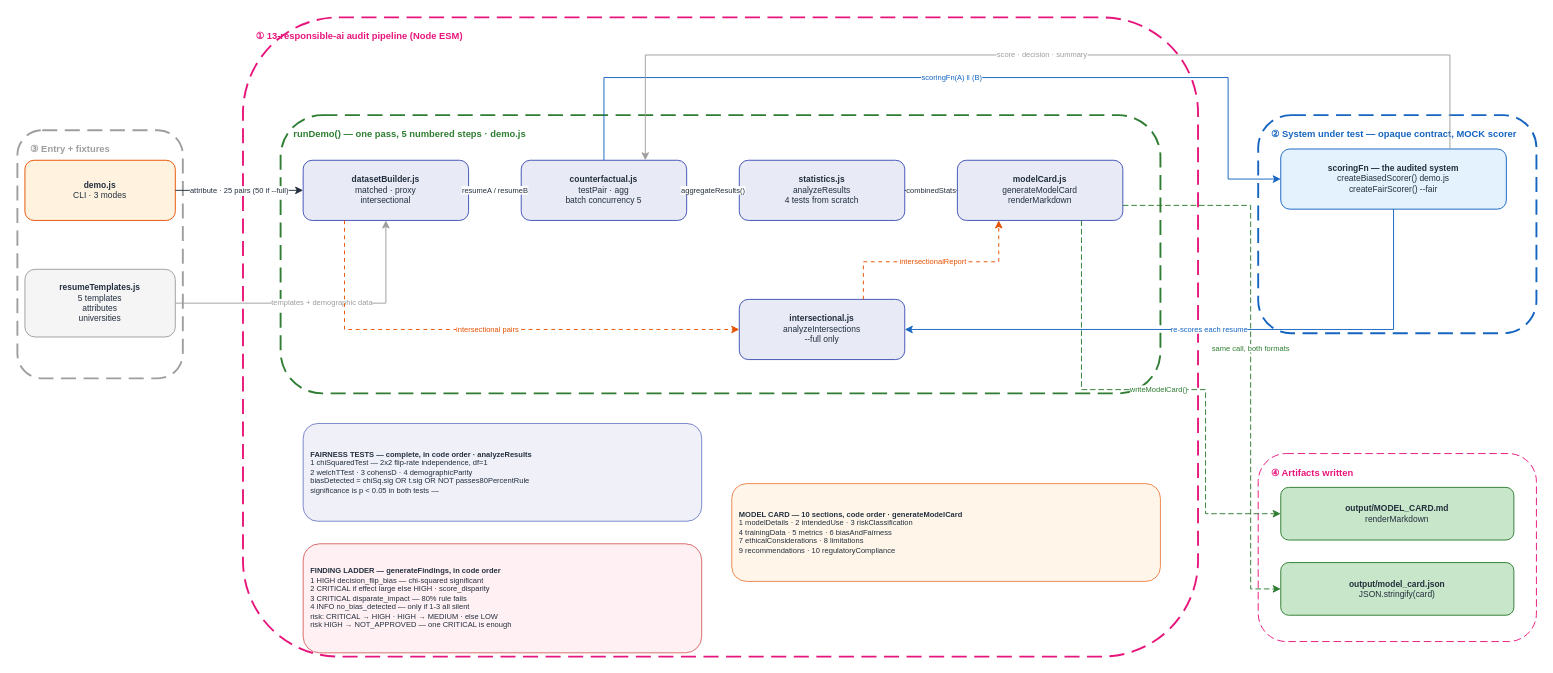
Earlier version of the draw.io diagram docs/diagrams/responsible_ai_v1/HOA_ResponsibleAi_v1.drawio (gmaheshraju/Hands-on-AgenticAI). Source tidied: cells renumbered, new cells numbered last; positions are measured from the earlier drawing's top-left corner, leaving out a move shared by most shapes. Both pictures are drawn from the tidied source at 94%, with x=0, y=0 at pixel (17, 17).
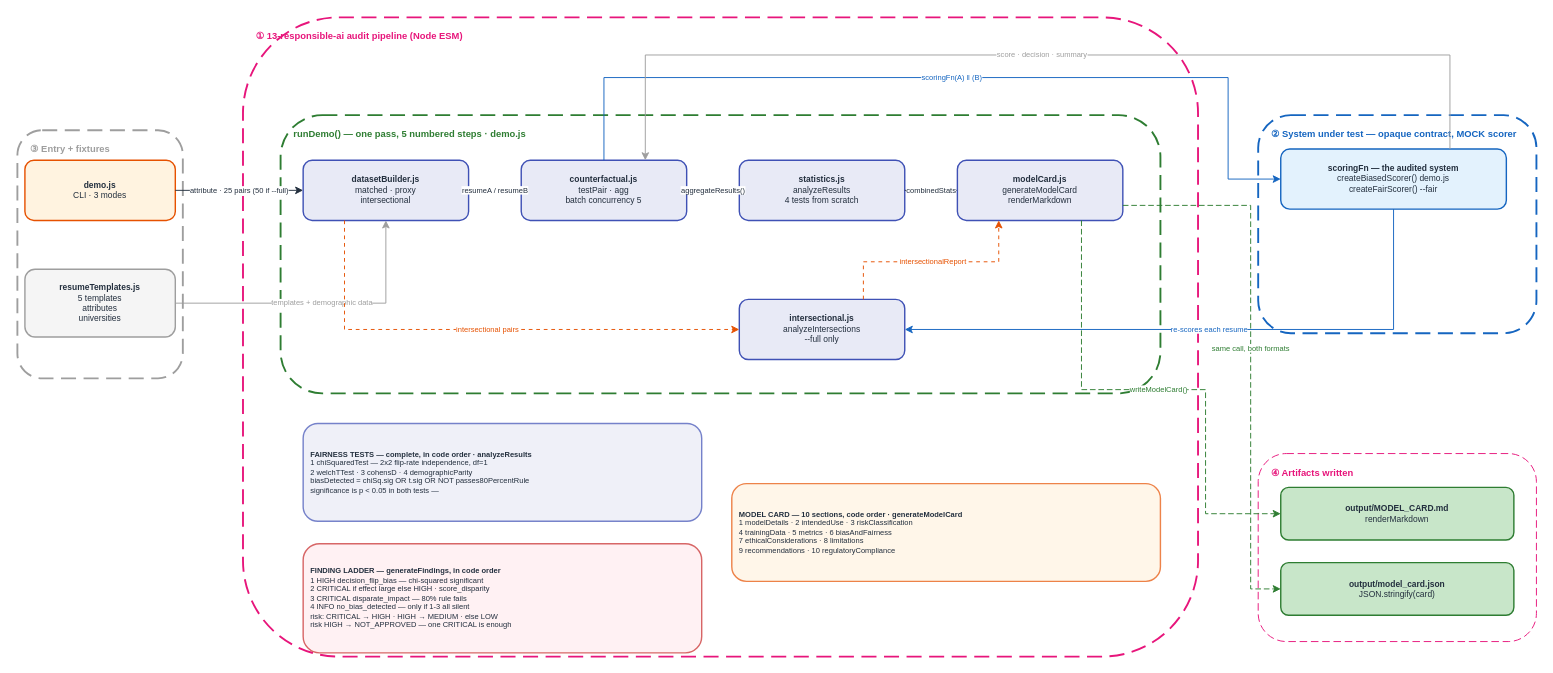
Above is the later version.

What changed in the source:
```diff
@@
-    <mxCell id="12" value="&lt;b&gt;demo.js&lt;/b&gt;&lt;br&gt;CLI · 3 modes&lt;br&gt;" style="rounded=1;fillColor=#FFF3E0;strokeColor=#E65100;fontSize=9;fontColor=#232F3E;html=1;whiteSpace=wrap;align=center;" parent="1" vertex="1">
+    <mxCell id="12" value="&lt;b&gt;demo.js&lt;/b&gt;&lt;br&gt;CLI · 3 modes&lt;br&gt;" style="rounded=1;fillColor=#FFF3E0;strokeColor=#E65100;strokeWidth=1.5;fontSize=9;fontColor=#232F3E;html=1;whiteSpace=wrap;align=center;" parent="1" vertex="1">
       <mxGeometry x="8" y="152" width="160" height="64" as="geometry" />
     </mxCell>
-    <mxCell id="13" value="&lt;b&gt;resumeTemplates.js&lt;/b&gt;&lt;br&gt;5 templates&lt;br&gt;attributes&lt;br&gt;universities" style="rounded=1;fillColor=#F5F5F5;strokeColor=#9E9E9E;fontSize=9;fontColor=#232F3E;html=1;whiteSpace=wrap;align=center;" parent="1" vertex="1">
+    <mxCell id="13" value="&lt;b&gt;resumeTemplates.js&lt;/b&gt;&lt;br&gt;5 templates&lt;br&gt;attributes&lt;br&gt;universities" style="rounded=1;fillColor=#F5F5F5;strokeColor=#9E9E9E;strokeWidth=1.5;fontSize=9;fontColor=#232F3E;html=1;whiteSpace=wrap;align=center;" parent="1" vertex="1">
       <mxGeometry x="8" y="268" width="160" height="72" as="geometry" />
     </mxCell>
-    <mxCell id="14" value="&lt;b&gt;datasetBuilder.js&lt;/b&gt;&lt;br&gt;matched · proxy&lt;br&gt;intersectional" style="rounded=1;fillColor=#E8EAF6;strokeColor=#3F51B5;fontSize=9;fontColor=#232F3E;html=1;whiteSpace=wrap;align=center;" parent="1" vertex="1">
+    <mxCell id="14" value="&lt;b&gt;datasetBuilder.js&lt;/b&gt;&lt;br&gt;matched · proxy&lt;br&gt;intersectional" style="rounded=1;fillColor=#E8EAF6;strokeColor=#3F51B5;strokeWidth=1.5;fontSize=9;fontColor=#232F3E;html=1;whiteSpace=wrap;align=center;" parent="1" vertex="1">
       <mxGeometry x="304" y="152" width="176" height="64" as="geometry" />
     </mxCell>
-    <mxCell id="15" value="&lt;b&gt;counterfactual.js&lt;/b&gt;&lt;br&gt;testPair · agg&lt;br&gt;batch concurrency 5" style="rounded=1;fillColor=#E8EAF6;strokeColor=#3F51B5;fontSize=9;fontColor=#232F3E;html=1;whiteSpace=wrap;align=center;" parent="1" vertex="1">
+    <mxCell id="15" value="&lt;b&gt;counterfactual.js&lt;/b&gt;&lt;br&gt;testPair · agg&lt;br&gt;batch concurrency 5" style="rounded=1;fillColor=#E8EAF6;strokeColor=#3F51B5;strokeWidth=1.5;fontSize=9;fontColor=#232F3E;html=1;whiteSpace=wrap;align=center;" parent="1" vertex="1">
       <mxGeometry x="536" y="152" width="176" height="64" as="geometry" />
     </mxCell>
-    <mxCell id="16" value="&lt;b&gt;statistics.js&lt;/b&gt;&lt;br&gt;analyzeResults&lt;br&gt;4 tests from scratch" style="rounded=1;fillColor=#E8EAF6;strokeColor=#3F51B5;fontSize=9;fontColor=#232F3E;html=1;whiteSpace=wrap;align=center;" parent="1" vertex="1">
+    <mxCell id="16" value="&lt;b&gt;statistics.js&lt;/b&gt;&lt;br&gt;analyzeResults&lt;br&gt;4 tests from scratch" style="rounded=1;fillColor=#E8EAF6;strokeColor=#3F51B5;strokeWidth=1.5;fontSize=9;fontColor=#232F3E;html=1;whiteSpace=wrap;align=center;" parent="1" vertex="1">
       <mxGeometry x="768" y="152" width="176" height="64" as="geometry" />
     </mxCell>
-    <mxCell id="17" value="&lt;b&gt;modelCard.js&lt;/b&gt;&lt;br&gt;generateModelCard&lt;br&gt;renderMarkdown" style="rounded=1;fillColor=#E8EAF6;strokeColor=#3F51B5;fontSize=9;fontColor=#232F3E;html=1;whiteSpace=wrap;align=center;" parent="1" vertex="1">
+    <mxCell id="17" value="&lt;b&gt;modelCard.js&lt;/b&gt;&lt;br&gt;generateModelCard&lt;br&gt;renderMarkdown" style="rounded=1;fillColor=#E8EAF6;strokeColor=#3F51B5;strokeWidth=1.5;fontSize=9;fontColor=#232F3E;html=1;whiteSpace=wrap;align=center;" parent="1" vertex="1">
       <mxGeometry x="1000" y="152" width="176" height="64" as="geometry" />
     </mxCell>
-    <mxCell id="18" value="&lt;b&gt;intersectional.js&lt;/b&gt;&lt;br&gt;analyzeIntersections&lt;br&gt;--full only" style="rounded=1;fillColor=#E8EAF6;strokeColor=#3F51B5;fontSize=9;fontColor=#232F3E;html=1;whiteSpace=wrap;align=center;" parent="1" vertex="1">
+    <mxCell id="18" value="&lt;b&gt;intersectional.js&lt;/b&gt;&lt;br&gt;analyzeIntersections&lt;br&gt;--full only" style="rounded=1;fillColor=#E8EAF6;strokeColor=#3F51B5;strokeWidth=1.5;fontSize=9;fontColor=#232F3E;html=1;whiteSpace=wrap;align=center;" parent="1" vertex="1">
       <mxGeometry x="768" y="300" width="176" height="64" as="geometry" />
     </mxCell>
-    <mxCell id="19" value="&lt;b&gt;scoringFn — the audited system&lt;/b&gt;&lt;br&gt;createBiasedScorer() demo.js&lt;br&gt;createFairScorer() --fair" style="rounded=1;fillColor=#E3F2FD;strokeColor=#1565C0;fontSize=9;fontColor=#232F3E;html=1;whiteSpace=wrap;align=center;" parent="1" vertex="1">
+    <mxCell id="19" value="&lt;b&gt;scoringFn — the audited system&lt;/b&gt;&lt;br&gt;createBiasedScorer() demo.js&lt;br&gt;createFairScorer() --fair" style="rounded=1;fillColor=#E3F2FD;strokeColor=#1565C0;strokeWidth=1.5;fontSize=9;fontColor=#232F3E;html=1;whiteSpace=wrap;align=center;" parent="1" vertex="1">
       <mxGeometry x="1344" y="140" width="240" height="64" as="geometry" />
     </mxCell>
-    <mxCell id="20" value="&lt;b&gt;output/MODEL_CARD.md&lt;/b&gt;&lt;br&gt;renderMarkdown" style="rounded=1;fillColor=#C8E6C9;strokeColor=#2E7D32;fontSize=9;fontColor=#232F3E;html=1;whiteSpace=wrap;align=center;" parent="1" vertex="1">
+    <mxCell id="20" value="&lt;b&gt;output/MODEL_CARD.md&lt;/b&gt;&lt;br&gt;renderMarkdown" style="rounded=1;fillColor=#C8E6C9;strokeColor=#2E7D32;strokeWidth=1.5;fontSize=9;fontColor=#232F3E;html=1;whiteSpace=wrap;align=center;" parent="1" vertex="1">
       <mxGeometry x="1344" y="500" width="248" height="56" as="geometry" />
     </mxCell>
-    <mxCell id="21" value="&lt;b&gt;output/model_card.json&lt;/b&gt;&lt;br&gt;JSON.stringify(card)" style="rounded=1;fillColor=#C8E6C9;strokeColor=#2E7D32;fontSize=9;fontColor=#232F3E;html=1;whiteSpace=wrap;align=center;" parent="1" vertex="1">
+    <mxCell id="21" value="&lt;b&gt;output/model_card.json&lt;/b&gt;&lt;br&gt;JSON.stringify(card)" style="rounded=1;fillColor=#C8E6C9;strokeColor=#2E7D32;strokeWidth=1.5;fontSize=9;fontColor=#232F3E;html=1;whiteSpace=wrap;align=center;" parent="1" vertex="1">
       <mxGeometry x="1344" y="580" width="248" height="56" as="geometry" />
     </mxCell>
-    <mxCell id="22" value="&lt;b&gt;FAIRNESS TESTS — complete, in code order · analyzeResults&lt;/b&gt;&lt;br&gt;1 chiSquaredTest — 2x2 flip-rate independence, df=1&lt;br&gt;2 welchTTest · 3 cohensD · 4 demographicParity&lt;br&gt;biasDetected = chiSq.sig OR t.sig OR NOT passes80PercentRule&lt;br&gt;significance is p &amp;lt; 0.05 in both tests —" style="rounded=1;fillColor=#E8EAF6;strokeColor=#3F51B5;fontSize=8;fontColor=#232F3E;html=1;whiteSpace=wrap;align=left;spacingLeft=6;opacity=70;" parent="1" vertex="1">
+    <mxCell id="22" value="&lt;b&gt;FAIRNESS TESTS — complete, in code order · analyzeResults&lt;/b&gt;&lt;br&gt;1 chiSquaredTest — 2x2 flip-rate independence, df=1&lt;br&gt;2 welchTTest · 3 cohensD · 4 demographicParity&lt;br&gt;biasDetected = chiSq.sig OR t.sig OR NOT passes80PercentRule&lt;br&gt;significance is p &amp;lt; 0.05 in both tests —" style="rounded=1;fillColor=#E8EAF6;strokeColor=#3F51B5;strokeWidth=1.5;fontSize=8;fontColor=#232F3E;html=1;whiteSpace=wrap;align=left;spacingLeft=6;opacity=70;" parent="1" vertex="1">
       <mxGeometry x="304" y="432" width="424" height="104" as="geometry" />
     </mxCell>
-    <mxCell id="23" value="&lt;b&gt;FINDING LADDER — generateFindings, in code order&lt;/b&gt;&lt;br&gt;1 HIGH decision_flip_bias — chi-squared significant&lt;br&gt;2 CRITICAL if effect large else HIGH · score_disparity&lt;br&gt;3 CRITICAL disparate_impact — 80% rule fails&lt;br&gt;4 INFO no_bias_detected — only if 1-3 all silent&lt;br&gt;risk: CRITICAL → HIGH · HIGH → MEDIUM · else LOW&lt;br&gt;risk HIGH → NOT_APPROVED — one CRITICAL is enough" style="rounded=1;fillColor=#FFEBEE;strokeColor=#C62828;fontSize=8;fontColor=#232F3E;html=1;whiteSpace=wrap;align=left;spacingLeft=6;opacity=70;" parent="1" vertex="1">
+    <mxCell id="23" value="&lt;b&gt;FINDING LADDER — generateFindings, in code order&lt;/b&gt;&lt;br&gt;1 HIGH decision_flip_bias — chi-squared significant&lt;br&gt;2 CRITICAL if effect large else HIGH · score_disparity&lt;br&gt;3 CRITICAL disparate_impact — 80% rule fails&lt;br&gt;4 INFO no_bias_detected — only if 1-3 all silent&lt;br&gt;risk: CRITICAL → HIGH · HIGH → MEDIUM · else LOW&lt;br&gt;risk HIGH → NOT_APPROVED — one CRITICAL is enough" style="rounded=1;fillColor=#FFEBEE;strokeColor=#C62828;strokeWidth=1.5;fontSize=8;fontColor=#232F3E;html=1;whiteSpace=wrap;align=left;spacingLeft=6;opacity=70;" parent="1" vertex="1">
       <mxGeometry x="304" y="560" width="424" height="116" as="geometry" />
     </mxCell>
-    <mxCell id="24" value="&lt;b&gt;MODEL CARD — 10 sections, code order · generateModelCard&lt;/b&gt;&lt;br&gt;1 modelDetails · 2 intendedUse · 3 riskClassification&lt;br&gt;4 trainingData · 5 metrics · 6 biasAndFairness&lt;br&gt;7 ethicalConsiderations · 8 limitations&lt;br&gt;9 recommendations · 10 regulatoryCompliance" style="rounded=1;fillColor=#FFF3E0;strokeColor=#E65100;fontSize=8;fontColor=#232F3E;html=1;whiteSpace=wrap;align=left;spacingLeft=6;opacity=70;" parent="1" vertex="1">
+    <mxCell id="24" value="&lt;b&gt;MODEL CARD — 10 sections, code order · generateModelCard&lt;/b&gt;&lt;br&gt;1 modelDetails · 2 intendedUse · 3 riskClassification&lt;br&gt;4 trainingData · 5 metrics · 6 biasAndFairness&lt;br&gt;7 ethicalConsiderations · 8 limitations&lt;br&gt;9 recommendations · 10 regulatoryCompliance" style="rounded=1;fillColor=#FFF3E0;strokeColor=#E65100;strokeWidth=1.5;fontSize=8;fontColor=#232F3E;html=1;whiteSpace=wrap;align=left;spacingLeft=6;opacity=70;" parent="1" vertex="1">
       <mxGeometry x="760" y="496" width="456" height="104" as="geometry" />
     </mxCell>
```
